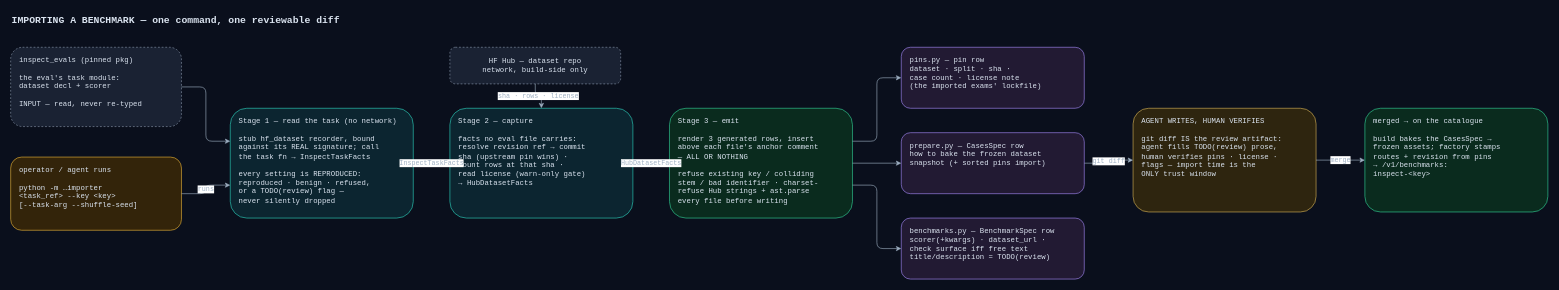
The draw.io diagram apps/screamingface-engine/docs/diagrams/importer-pipeline.drawio in ScreamingFace/screamingface, before the edit. Source tidied: cells renumbered, new cells numbered last; positions are measured from the earlier drawing's top-left corner, leaving out a move shared by most shapes. Both pictures are drawn from the tidied source at 61%, with x=0, y=0 at pixel (10, 10).
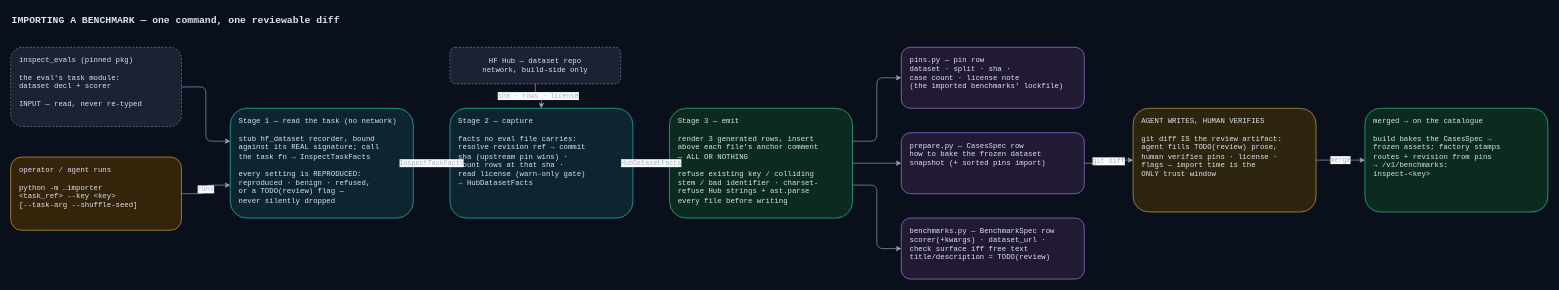
After the change.

What changed in the source:
```diff
@@
-    <mxCell id="9" value="pins.py — pin row&#10;dataset · split · sha ·&#10;case count · license note&#10;(the imported exams' lockfile)" style="rounded=1;whiteSpace=wrap;html=1;fillColor=#221a33;strokeColor=#a78bfa;fontColor=#dbe4f0;fontFamily=Courier New;fontSize=12;align=left;spacingLeft=12;verticalAlign=top;spacingTop=8;" parent="1" vertex="1">
+    <mxCell id="9" value="pins.py — pin row&#10;dataset · split · sha ·&#10;case count · license note&#10;(the imported benchmarks' lockfile)" style="rounded=1;whiteSpace=wrap;html=1;fillColor=#221a33;strokeColor=#a78bfa;fontColor=#dbe4f0;fontFamily=Courier New;fontSize=12;align=left;spacingLeft=12;verticalAlign=top;spacingTop=8;" parent="1" vertex="1">
       <mxGeometry x="1460" y="60" width="300" height="100" as="geometry" />
     </mxCell>
```
